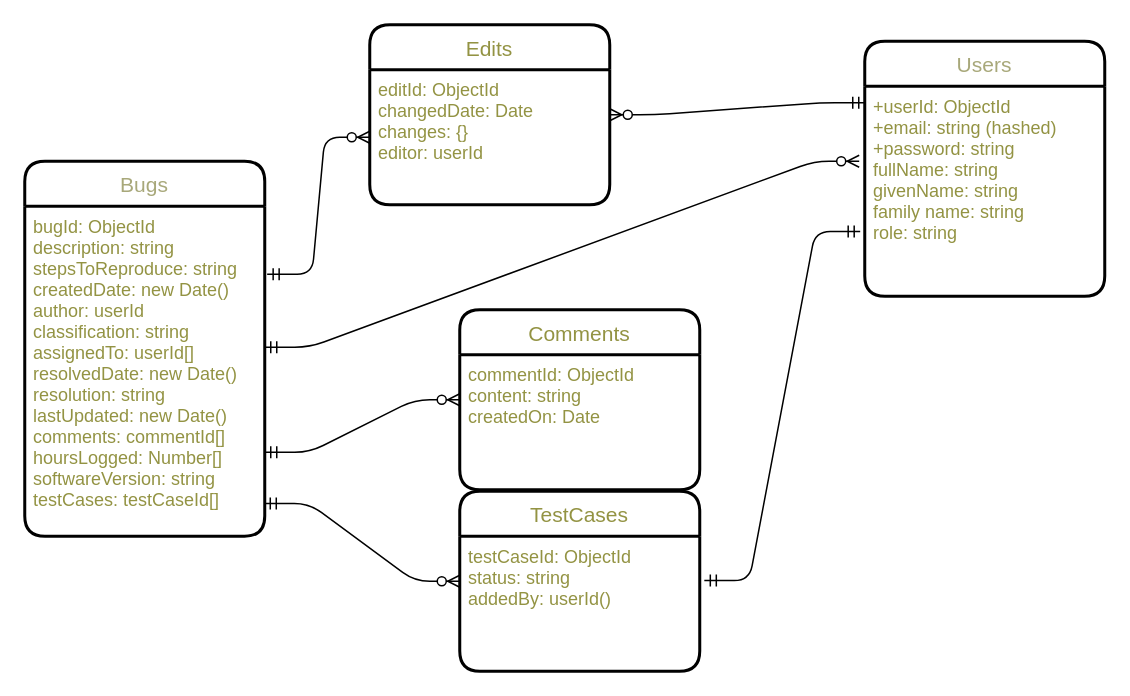
Above: Labs/LAB02-02/ERD/erd.drawio in AntoineCrenshaw/Crenshaw-Issue-Tracker (draw.io), before the change. Source tidied: cells renumbered, new cells numbered last; positions are measured from the earlier drawing's top-left corner, leaving out a move shared by most shapes. Both pictures are drawn from the tidied source at 150%, with x=0, y=0 at pixel (24, 24).
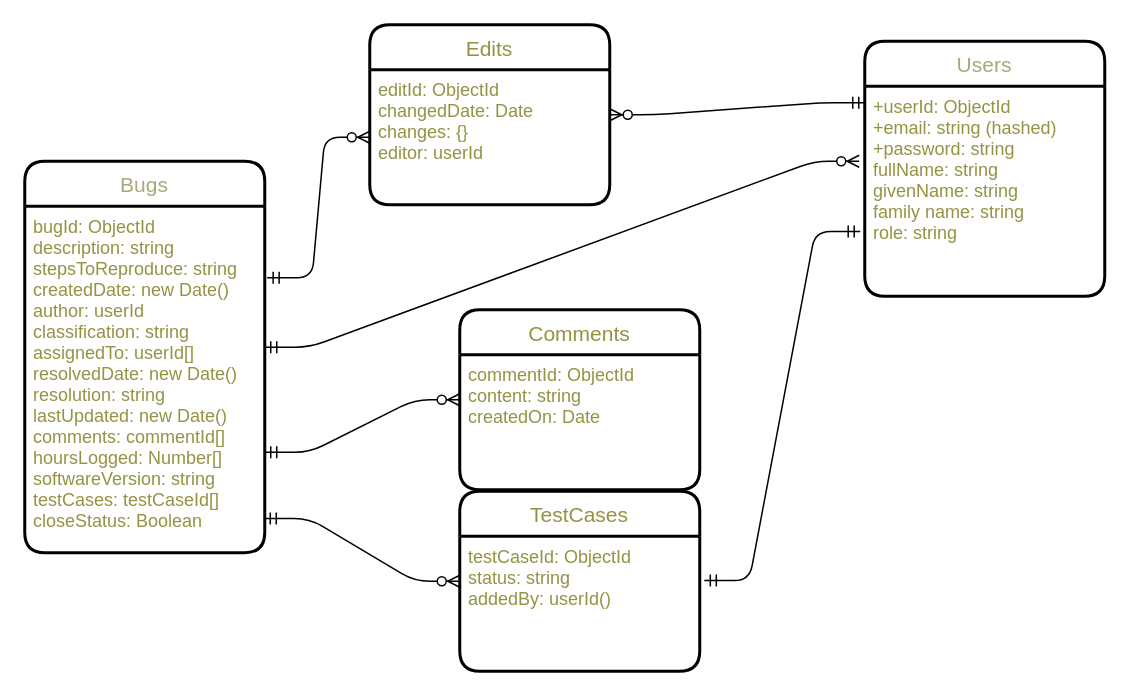
The same diagram, later.

What changed in the source:
```diff
@@
 <mxGraphModel>
   <root>
     <mxCell id="0" />
     <mxCell id="1" parent="0" />
     <mxCell id="2" value="Users" style="swimlane;horizontal=1;startSize=30;rounded=1;fontSize=14;fontStyle=0;strokeWidth=2;shadow=0;dashed=0;align=center;glass=0;fontColor=#a8a87a;" parent="1" vertex="1">
       <mxGeometry x="560" y="11" width="160" height="170" as="geometry" />
     </mxCell>
     <mxCell id="3" value="+userId: ObjectId&#10;+email: string (hashed)&#10;+password: string&#10;fullName: string&#10;givenName: string&#10;family name: string&#10;role: string" style="align=left;strokeColor=none;fillColor=none;spacingLeft=4;fontSize=12;verticalAlign=top;rounded=0;glass=0;fontColor=#939343;" parent="2" vertex="1">
       <mxGeometry y="30" width="160" height="140" as="geometry" />
     </mxCell>
     <mxCell id="4" value="Bugs" style="swimlane;horizontal=1;startSize=30;rounded=1;fontSize=14;fontStyle=0;strokeWidth=2;shadow=0;dashed=0;align=center;glass=0;fontColor=#a8a87a;" parent="1" vertex="1">
-      <mxGeometry y="91" width="160" height="250" as="geometry" />
+      <mxGeometry y="91" width="160" height="261" as="geometry" />
     </mxCell>
-    <mxCell id="5" value="bugId: ObjectId&#10;description: string&#10;stepsToReproduce: string&#10;createdDate: new Date()&#10;author: userId&#10;classification: string&#10;assignedTo: userId[]&#10;resolvedDate: new Date()&#10;resolution: string&#10;lastUpdated: new Date()&#10;comments: commentId[]&#10;hoursLogged: Number[]&#10;softwareVersion: string&#10;testCases: testCaseId[]&#10;" style="align=left;strokeColor=none;fillColor=none;spacingLeft=4;fontSize=12;verticalAlign=top;rounded=0;glass=0;fontColor=#939343;" parent="4" vertex="1">
-      <mxGeometry y="30" width="160" height="220" as="geometry" />
+    <mxCell id="5" value="bugId: ObjectId&#10;description: string&#10;stepsToReproduce: string&#10;createdDate: new Date()&#10;author: userId&#10;classification: string&#10;assignedTo: userId[]&#10;resolvedDate: new Date()&#10;resolution: string&#10;lastUpdated: new Date()&#10;comments: commentId[]&#10;hoursLogged: Number[]&#10;softwareVersion: string&#10;testCases: testCaseId[]&#10;closeStatus: Boolean&#10;" style="align=left;strokeColor=none;fillColor=none;spacingLeft=4;fontSize=12;verticalAlign=top;rounded=0;glass=0;fontColor=#939343;" parent="4" vertex="1">
+      <mxGeometry y="30" width="160" height="231" as="geometry" />
     </mxCell>
     <mxCell id="6" value="Comments" style="swimlane;horizontal=1;startSize=30;rounded=1;fontSize=14;fontStyle=0;strokeWidth=2;shadow=0;dashed=0;align=center;glass=0;fontColor=#939343;" parent="1" vertex="1">
       <mxGeometry x="290" y="190" width="160" height="120" as="geometry" />
     </mxCell>
     <mxCell id="7" value="commentId: ObjectId&#10;content: string&#10;createdOn: Date" style="align=left;strokeColor=none;fillColor=none;spacingLeft=4;fontSize=12;verticalAlign=top;rounded=0;glass=0;fontColor=#939343;" parent="6" vertex="1">
       <mxGeometry y="30" width="160" height="90" as="geometry" />
     </mxCell>
     <mxCell id="8" style="edgeStyle=entityRelationEdgeStyle;fontSize=12;html=1;endArrow=ERzeroToMany;startArrow=ERmandOne;fontColor=#939343;exitX=1;exitY=0.5;exitDx=0;exitDy=0;entryX=-0.023;entryY=0.364;entryDx=0;entryDy=0;entryPerimeter=0;" parent="1" edge="1">
       <mxGeometry relative="1" as="geometry">
         <mxPoint x="160" y="215" as="sourcePoint" />
         <mxPoint x="556.3" y="91" as="targetPoint" />
       </mxGeometry>
     </mxCell>
     <mxCell id="9" style="edgeStyle=entityRelationEdgeStyle;fontSize=12;html=1;endArrow=ERzeroToMany;startArrow=ERmandOne;fontColor=#939343;exitX=1;exitY=0.75;exitDx=0;exitDy=0;entryX=0;entryY=0.333;entryDx=0;entryDy=0;entryPerimeter=0;" parent="1" edge="1" target="7">
       <mxGeometry relative="1" as="geometry">
         <mxPoint x="160" y="285" as="sourcePoint" />
       </mxGeometry>
     </mxCell>
     <mxCell id="10" value="TestCases" style="swimlane;horizontal=1;startSize=30;rounded=1;fontSize=14;fontStyle=0;strokeWidth=2;shadow=0;dashed=0;align=center;glass=0;fontColor=#939343;" parent="1" vertex="1">
       <mxGeometry x="290" y="311" width="160" height="120" as="geometry" />
     </mxCell>
     <mxCell id="11" value="testCaseId: ObjectId&#10;status: string&#10;addedBy: userId()" style="align=left;strokeColor=none;fillColor=none;spacingLeft=4;fontSize=12;verticalAlign=top;rounded=0;glass=0;fontColor=#939343;" parent="10" vertex="1">
       <mxGeometry y="30" width="160" height="90" as="geometry" />
     </mxCell>
     <mxCell id="12" style="edgeStyle=entityRelationEdgeStyle;fontSize=12;html=1;endArrow=ERmandOne;startArrow=ERmandOne;fontColor=#939343;exitX=1.019;exitY=0.328;exitDx=0;exitDy=0;exitPerimeter=0;entryX=-0.019;entryY=0.692;entryDx=0;entryDy=0;entryPerimeter=0;" parent="1" edge="1" source="11" target="3">
       <mxGeometry relative="1" as="geometry" />
     </mxCell>
     <mxCell id="13" style="edgeStyle=entityRelationEdgeStyle;fontSize=12;html=1;endArrow=ERzeroToMany;startArrow=ERmandOne;fontColor=#939343;exitX=0.998;exitY=0.901;exitDx=0;exitDy=0;exitPerimeter=0;entryX=0;entryY=0.333;entryDx=0;entryDy=0;entryPerimeter=0;" parent="1" edge="1" source="5" target="11">
       <mxGeometry relative="1" as="geometry" />
     </mxCell>
     <mxCell id="14" value="Edits" style="swimlane;horizontal=1;startSize=30;rounded=1;fontSize=14;fontStyle=0;strokeWidth=2;shadow=0;dashed=0;align=center;glass=0;fontColor=#939343;" parent="1" vertex="1">
       <mxGeometry x="230" width="160" height="120" as="geometry" />
     </mxCell>
     <mxCell id="15" value="editId: ObjectId&#10;changedDate: Date&#10;changes: {}&#10;editor: userId&#10;" style="align=left;strokeColor=none;fillColor=none;spacingLeft=4;fontSize=12;verticalAlign=top;rounded=0;glass=0;fontColor=#939343;" parent="14" vertex="1">
       <mxGeometry y="30" width="160" height="90" as="geometry" />
     </mxCell>
     <mxCell id="16" style="edgeStyle=entityRelationEdgeStyle;fontSize=12;html=1;endArrow=ERzeroToMany;startArrow=ERmandOne;fontColor=#939343;entryX=1;entryY=0.5;entryDx=0;entryDy=0;exitX=0;exitY=0.079;exitDx=0;exitDy=0;exitPerimeter=0;" parent="1" edge="1" source="3" target="14">
       <mxGeometry relative="1" as="geometry" />
     </mxCell>
     <mxCell id="17" style="edgeStyle=entityRelationEdgeStyle;fontSize=12;html=1;endArrow=ERzeroToMany;startArrow=ERmandOne;fontColor=#939343;entryX=0;entryY=0.5;entryDx=0;entryDy=0;exitX=1.01;exitY=0.206;exitDx=0;exitDy=0;exitPerimeter=0;" parent="1" edge="1" source="5" target="15">
       <mxGeometry relative="1" as="geometry" />
     </mxCell>
   </root>
 </mxGraphModel>
```
